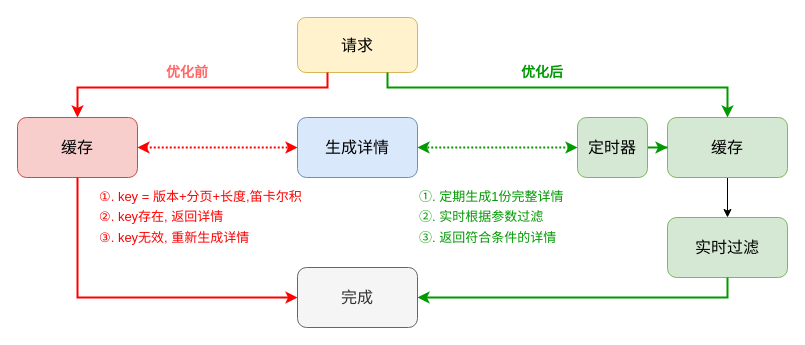
The draw.io diagram test4.drawio in lewiskyo/test_git, before the edit. Source tidied: cells renumbered, new cells numbered last; positions are measured from the earlier drawing's top-left corner, leaving out a move shared by most shapes. Both pictures are drawn from the tidied source at 100%, with x=0, y=0 at pixel (17, 17).
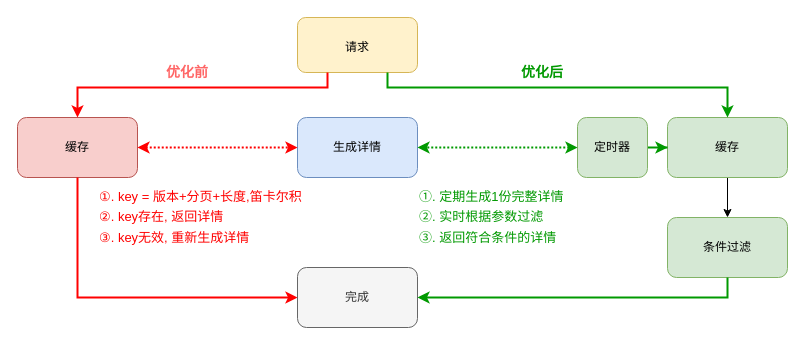
The same diagram, later.

Diff of the diagram source:
```diff
@@
-    <mxCell id="2" value="请求" style="rounded=1;whiteSpace=wrap;html=1;fontSize=16;fillColor=#fff2cc;strokeColor=#d6b656;" parent="1" vertex="1">
+    <mxCell id="2" value="&lt;font style=&quot;font-size: 12px;&quot;&gt;请求&lt;/font&gt;" style="rounded=1;whiteSpace=wrap;html=1;fontSize=16;fillColor=#fff2cc;strokeColor=#d6b656;" parent="1" vertex="1">
       <mxGeometry x="280" width="120" height="55" as="geometry" />
     </mxCell>
-    <mxCell id="3" value="&lt;font style=&quot;font-size: 16px;&quot;&gt;缓存&lt;/font&gt;" style="rounded=1;whiteSpace=wrap;html=1;fontSize=12;fillColor=#f8cecc;strokeColor=#b85450;" parent="1" vertex="1">
+    <mxCell id="3" value="&lt;font style=&quot;font-size: 12px;&quot;&gt;缓存&lt;/font&gt;" style="rounded=1;whiteSpace=wrap;html=1;fontSize=12;fillColor=#f8cecc;strokeColor=#b85450;" parent="1" vertex="1">
       <mxGeometry y="100" width="120" height="60" as="geometry" />
     </mxCell>
@@
-    <mxCell id="5" value="&lt;font style=&quot;font-size: 16px;&quot;&gt;缓存&lt;/font&gt;" style="rounded=1;whiteSpace=wrap;html=1;fontSize=12;fillColor=#d5e8d4;strokeColor=#82b366;" parent="1" vertex="1">
+    <mxCell id="5" value="&lt;font style=&quot;font-size: 12px;&quot;&gt;缓存&lt;/font&gt;" style="rounded=1;whiteSpace=wrap;html=1;fontSize=12;fillColor=#d5e8d4;strokeColor=#82b366;" parent="1" vertex="1">
       <mxGeometry x="650" y="100" width="120" height="60" as="geometry" />
     </mxCell>
@@
-    <mxCell id="7" value="&lt;font style=&quot;font-size: 16px;&quot;&gt;定时器&lt;/font&gt;" style="rounded=1;whiteSpace=wrap;html=1;fontSize=12;fillColor=#d5e8d4;strokeColor=#82b366;" parent="1" vertex="1">
+    <mxCell id="7" value="&lt;font style=&quot;font-size: 12px;&quot;&gt;定时器&lt;/font&gt;" style="rounded=1;whiteSpace=wrap;html=1;fontSize=12;fillColor=#d5e8d4;strokeColor=#82b366;" parent="1" vertex="1">
       <mxGeometry x="560" y="100" width="70" height="60" as="geometry" />
     </mxCell>
@@
-    <mxCell id="13" value="&lt;font style=&quot;font-size: 16px;&quot;&gt;生成详情&lt;/font&gt;" style="rounded=1;whiteSpace=wrap;html=1;fontSize=12;fillColor=#dae8fc;strokeColor=#6c8ebf;" parent="1" vertex="1">
+    <mxCell id="13" value="&lt;font style=&quot;font-size: 12px;&quot;&gt;生成详情&lt;/font&gt;" style="rounded=1;whiteSpace=wrap;html=1;fontSize=12;fillColor=#dae8fc;strokeColor=#6c8ebf;" parent="1" vertex="1">
       <mxGeometry x="280" y="100" width="120" height="60" as="geometry" />
     </mxCell>
@@
-    <mxCell id="16" value="&lt;font style=&quot;font-size: 16px;&quot;&gt;完成&lt;/font&gt;" style="rounded=1;whiteSpace=wrap;html=1;fontSize=12;fillColor=#f5f5f5;strokeColor=#666666;fontColor=#333333;" parent="1" vertex="1">
+    <mxCell id="16" value="&lt;font style=&quot;font-size: 12px;&quot;&gt;完成&lt;/font&gt;" style="rounded=1;whiteSpace=wrap;html=1;fontSize=12;fillColor=#f5f5f5;strokeColor=#666666;fontColor=#333333;" parent="1" vertex="1">
       <mxGeometry x="280" y="250" width="120" height="60" as="geometry" />
     </mxCell>
-    <mxCell id="17" value="&lt;font style=&quot;font-size: 16px;&quot;&gt;实时过滤&lt;/font&gt;" style="rounded=1;whiteSpace=wrap;html=1;fontSize=12;fillColor=#d5e8d4;strokeColor=#82b366;" parent="1" vertex="1">
+    <mxCell id="17" value="&lt;font style=&quot;font-size: 12px;&quot;&gt;条件过滤&lt;/font&gt;" style="rounded=1;whiteSpace=wrap;html=1;fontSize=12;fillColor=#d5e8d4;strokeColor=#82b366;" parent="1" vertex="1">
       <mxGeometry x="650" y="200" width="120" height="60" as="geometry" />
     </mxCell>
```
